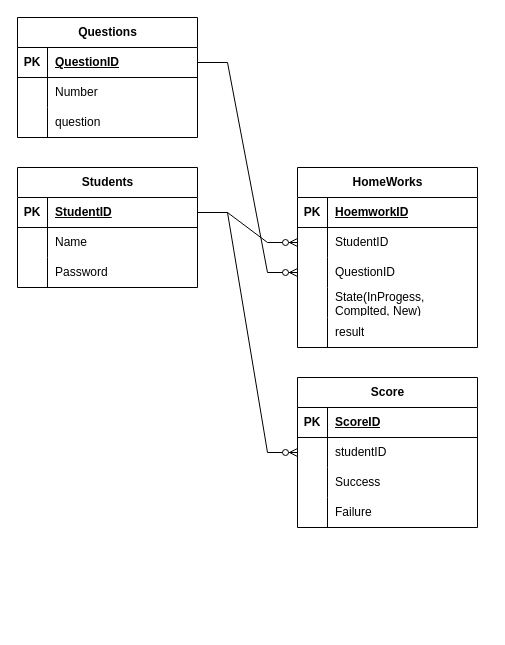
Before: doc/jjWings.drawio in AnanthaKannan/JJWings, a draw.io diagram. Source tidied: cells renumbered, new cells numbered last; positions are measured from the earlier drawing's top-left corner, leaving out a move shared by most shapes. Both pictures are drawn from the tidied source at 100%, with x=0, y=0 at pixel (17, 17).
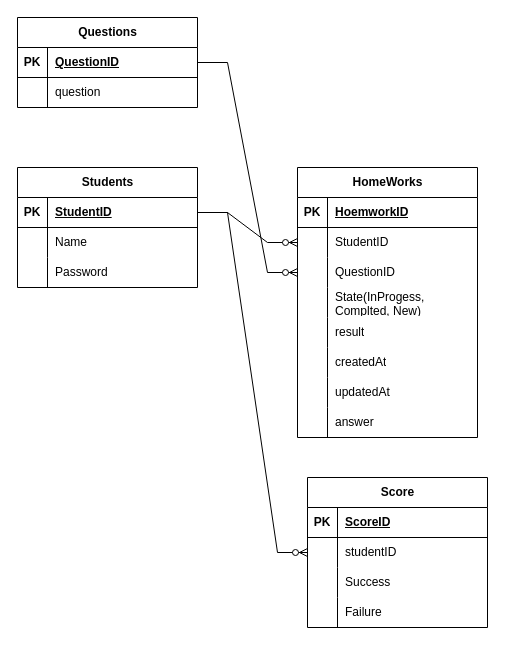
Above is the later version.

Diff of the diagram source:
```diff
@@
     <mxCell id="2" value="Questions" style="shape=table;startSize=30;childLayout=tableLayout;rowLines=0;fontStyle=1;align=center;html=1;" parent="1" vertex="1">
-      <mxGeometry width="180" height="120" as="geometry" />
+      <mxGeometry width="180" height="90" as="geometry" />
     </mxCell>
@@
-    <mxCell id="6" style="shape=tableRow;horizontal=0;startSize=0;swimlaneHead=0;swimlaneBody=0;fillColor=none;top=0;left=0;right=0;bottom=0;" parent="2" vertex="1">
-      <mxGeometry y="60" width="180" height="30" as="geometry" />
-    </mxCell>
-    <mxCell id="7" style="shape=partialRectangle;fillColor=none;top=0;left=0;bottom=0;right=0;overflow=hidden;whiteSpace=wrap;html=1;" parent="6" vertex="1">
-      <mxGeometry width="30" height="30" as="geometry" />
-    </mxCell>
-    <mxCell id="8" value="Number" style="shape=partialRectangle;fillColor=none;top=0;left=0;bottom=0;right=0;align=left;spacingLeft=6;overflow=hidden;whiteSpace=wrap;html=1;" parent="6" vertex="1">
-      <mxGeometry x="30" width="150" height="30" as="geometry" />
-    </mxCell>
     <mxCell id="9" style="shape=tableRow;horizontal=0;startSize=0;swimlaneHead=0;swimlaneBody=0;fillColor=none;top=0;left=0;right=0;bottom=0;" parent="2" vertex="1">
-      <mxGeometry y="90" width="180" height="30" as="geometry" />
+      <mxGeometry y="60" width="180" height="30" as="geometry" />
     </mxCell>
@@
     <mxCell id="22" value="HomeWorks" style="shape=table;startSize=30;childLayout=tableLayout;rowLines=0;fontStyle=1;align=center;html=1;" parent="1" vertex="1">
-      <mxGeometry x="280" y="150" width="180" height="180" as="geometry" />
+      <mxGeometry x="280" y="150" width="180" height="270" as="geometry" />
     </mxCell>
@@
+    <mxCell id="54" style="shape=tableRow;horizontal=0;startSize=0;swimlaneHead=0;swimlaneBody=0;fillColor=none;top=0;left=0;right=0;bottom=0;" parent="22" vertex="1">
+      <mxGeometry y="180" width="180" height="30" as="geometry" />
+    </mxCell>
+    <mxCell id="55" style="shape=partialRectangle;fillColor=none;top=0;left=0;bottom=0;right=0;overflow=hidden;whiteSpace=wrap;html=1;" parent="54" vertex="1">
+      <mxGeometry width="30" height="30" as="geometry" />
+    </mxCell>
+    <mxCell id="56" value="createdAt" style="shape=partialRectangle;fillColor=none;top=0;left=0;bottom=0;right=0;align=left;spacingLeft=6;overflow=hidden;whiteSpace=wrap;html=1;" parent="54" vertex="1">
+      <mxGeometry x="30" width="150" height="30" as="geometry" />
+    </mxCell>
+    <mxCell id="57" style="shape=tableRow;horizontal=0;startSize=0;swimlaneHead=0;swimlaneBody=0;fillColor=none;top=0;left=0;right=0;bottom=0;" parent="22" vertex="1">
+      <mxGeometry y="210" width="180" height="30" as="geometry" />
+    </mxCell>
+    <mxCell id="58" style="shape=partialRectangle;fillColor=none;top=0;left=0;bottom=0;right=0;overflow=hidden;whiteSpace=wrap;html=1;" parent="57" vertex="1">
+      <mxGeometry width="30" height="30" as="geometry" />
+    </mxCell>
+    <mxCell id="59" value="updatedAt" style="shape=partialRectangle;fillColor=none;top=0;left=0;bottom=0;right=0;align=left;spacingLeft=6;overflow=hidden;whiteSpace=wrap;html=1;" parent="57" vertex="1">
+      <mxGeometry x="30" width="150" height="30" as="geometry" />
+    </mxCell>
+    <mxCell id="60" style="shape=tableRow;horizontal=0;startSize=0;swimlaneHead=0;swimlaneBody=0;fillColor=none;top=0;left=0;right=0;bottom=0;" parent="22" vertex="1">
+      <mxGeometry y="240" width="180" height="30" as="geometry" />
+    </mxCell>
+    <mxCell id="61" style="shape=partialRectangle;fillColor=none;top=0;left=0;bottom=0;right=0;overflow=hidden;whiteSpace=wrap;html=1;" parent="60" vertex="1">
+      <mxGeometry width="30" height="30" as="geometry" />
+    </mxCell>
+    <mxCell id="62" value="answer" style="shape=partialRectangle;fillColor=none;top=0;left=0;bottom=0;right=0;align=left;spacingLeft=6;overflow=hidden;whiteSpace=wrap;html=1;" parent="60" vertex="1">
+      <mxGeometry x="30" width="150" height="30" as="geometry" />
+    </mxCell>
     <mxCell id="38" value="Score" style="shape=table;startSize=30;childLayout=tableLayout;rowLines=0;fontStyle=1;align=center;html=1;" parent="1" vertex="1">
-      <mxGeometry x="280" y="360" width="180" height="150" as="geometry" />
+      <mxGeometry x="290" y="460" width="180" height="150" as="geometry" />
     </mxCell>
```
